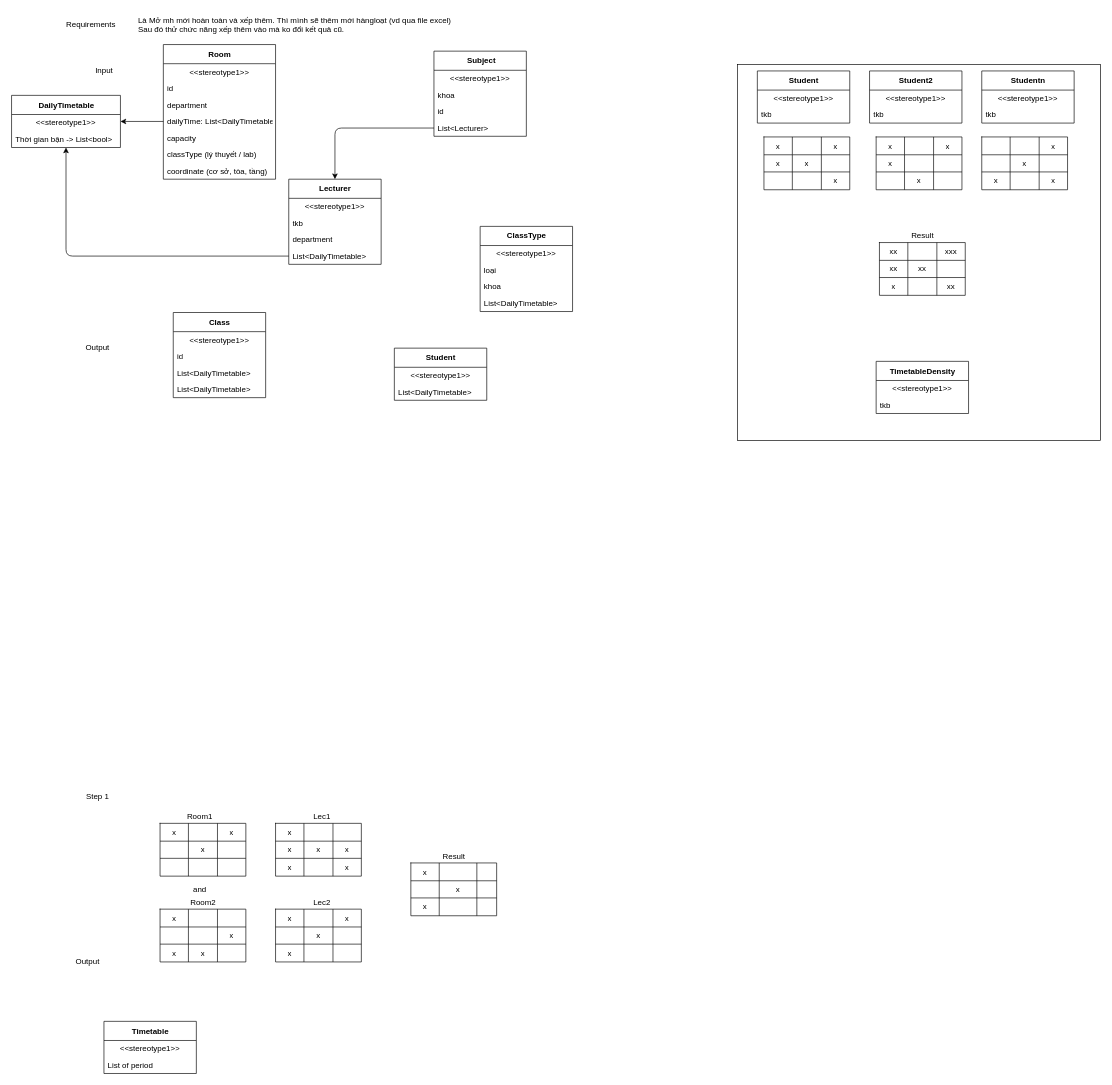
lehongduc200115/unitime-do-an keeps this draw.io diagram as page "Page-1" (1 of 2) of draw.drawio. Above is the earlier version. Source tidied: cells renumbered, new cells numbered last; positions are measured from the earlier drawing's top-left corner, leaving out a move shared by most shapes. Both pictures are drawn from the tidied source at 66%, with x=0, y=0 at pixel (11, 11).
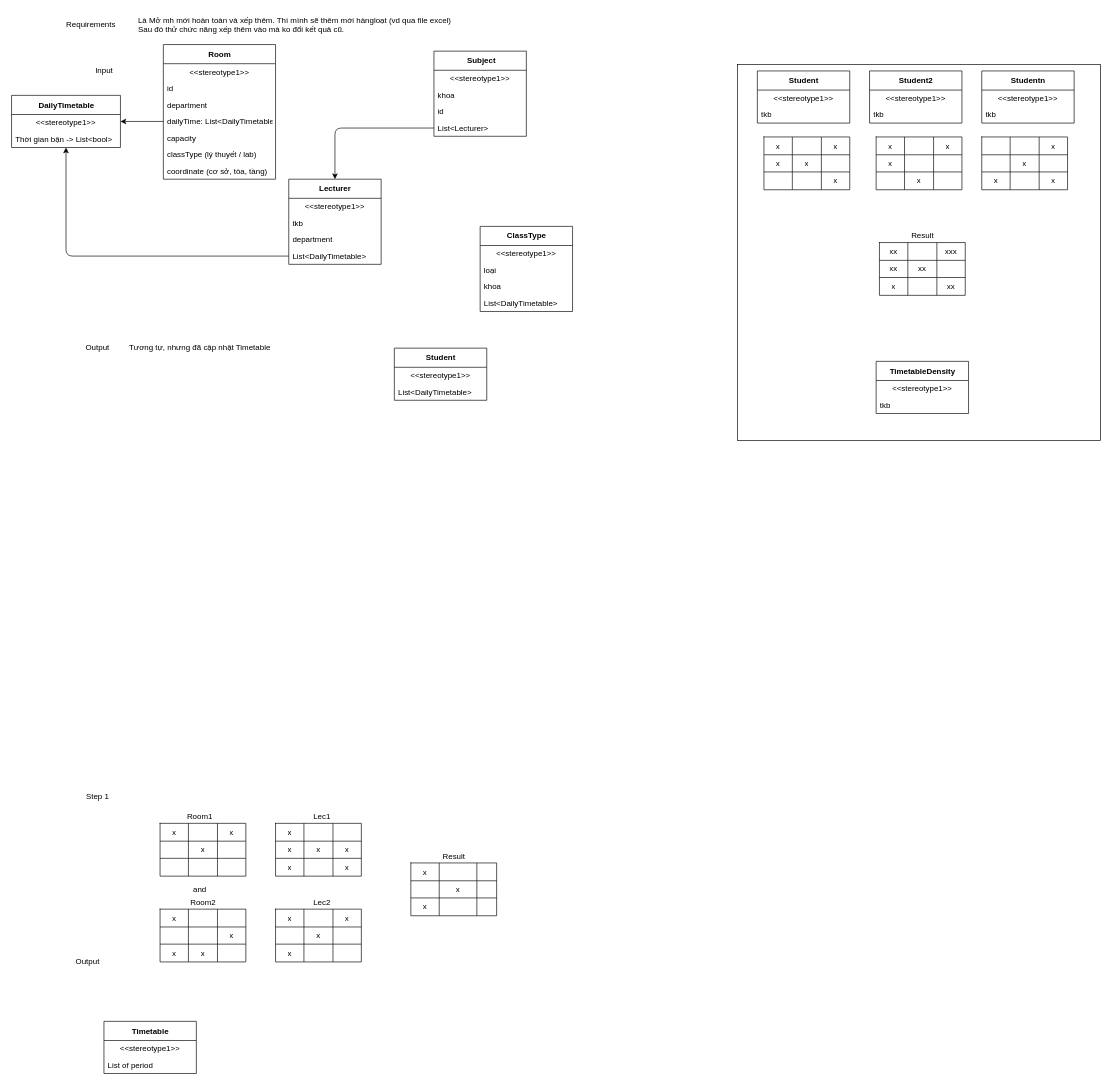
The same page after the edit.

Change to the diagram source:
```diff
@@
-    <mxCell id="172" value="Class" style="swimlane;fontStyle=1;align=center;verticalAlign=middle;horizontal=1;startSize=29;html=1;" parent="1" vertex="1">
-      <mxGeometry x="245" y="456" width="140" height="129" as="geometry" />
-    </mxCell>
-    <mxCell id="173" value="&amp;lt;&amp;lt;stereotype1&amp;gt;&amp;gt;" style="text;html=1;strokeColor=none;fillColor=none;align=center;verticalAlign=middle;spacingLeft=4;spacingRight=4;overflow=hidden;" parent="172" vertex="1">
-      <mxGeometry y="29" width="140" height="25" as="geometry" />
-    </mxCell>
-    <mxCell id="174" value="id" style="text;html=1;strokeColor=none;fillColor=none;align=left;verticalAlign=middle;spacingLeft=4;spacingRight=4;overflow=hidden;" parent="172" vertex="1">
-      <mxGeometry y="54" width="140" height="25" as="geometry" />
-    </mxCell>
-    <mxCell id="175" value="List&amp;lt;DailyTimetable&amp;gt;" style="text;html=1;strokeColor=none;fillColor=none;align=left;verticalAlign=middle;spacingLeft=4;spacingRight=4;overflow=hidden;" parent="172" vertex="1">
-      <mxGeometry y="79" width="140" height="25" as="geometry" />
-    </mxCell>
-    <mxCell id="176" value="List&amp;lt;DailyTimetable&amp;gt;" style="text;html=1;strokeColor=none;fillColor=none;align=left;verticalAlign=middle;spacingLeft=4;spacingRight=4;overflow=hidden;" parent="172" vertex="1">
-      <mxGeometry y="104" width="140" height="25" as="geometry" />
-    </mxCell>
@@
+    <mxCell id="185" value="Tương tự, nhưng đã cập nhật Timetable" style="text;html=1;align=center;verticalAlign=middle;strokeColor=none;fillColor=none;" parent="1" vertex="1">
+      <mxGeometry x="170" y="500" width="230" height="20" as="geometry" />
+    </mxCell>
```
